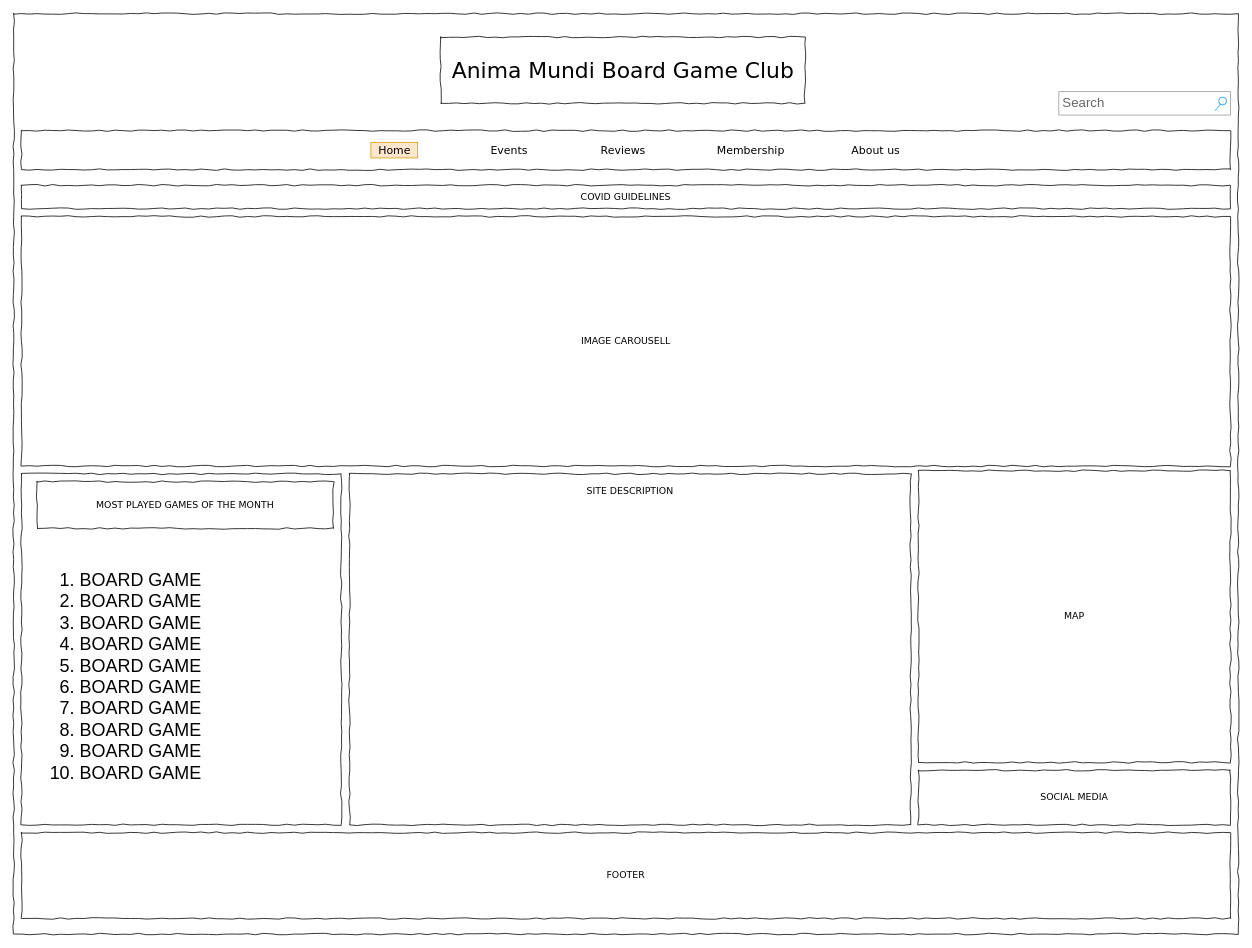
m-binda/webdesign-final keeps this draw.io diagram as page "Main" (1 of 7) of Wireframes/Wireframes.drawio. Above is the earlier version. Source tidied: cells renumbered, new cells numbered last; positions are measured from the earlier drawing's top-left corner, leaving out a move shared by most shapes. Both pictures are drawn from the tidied source at 78%, with x=0, y=0 at pixel (13, 13).
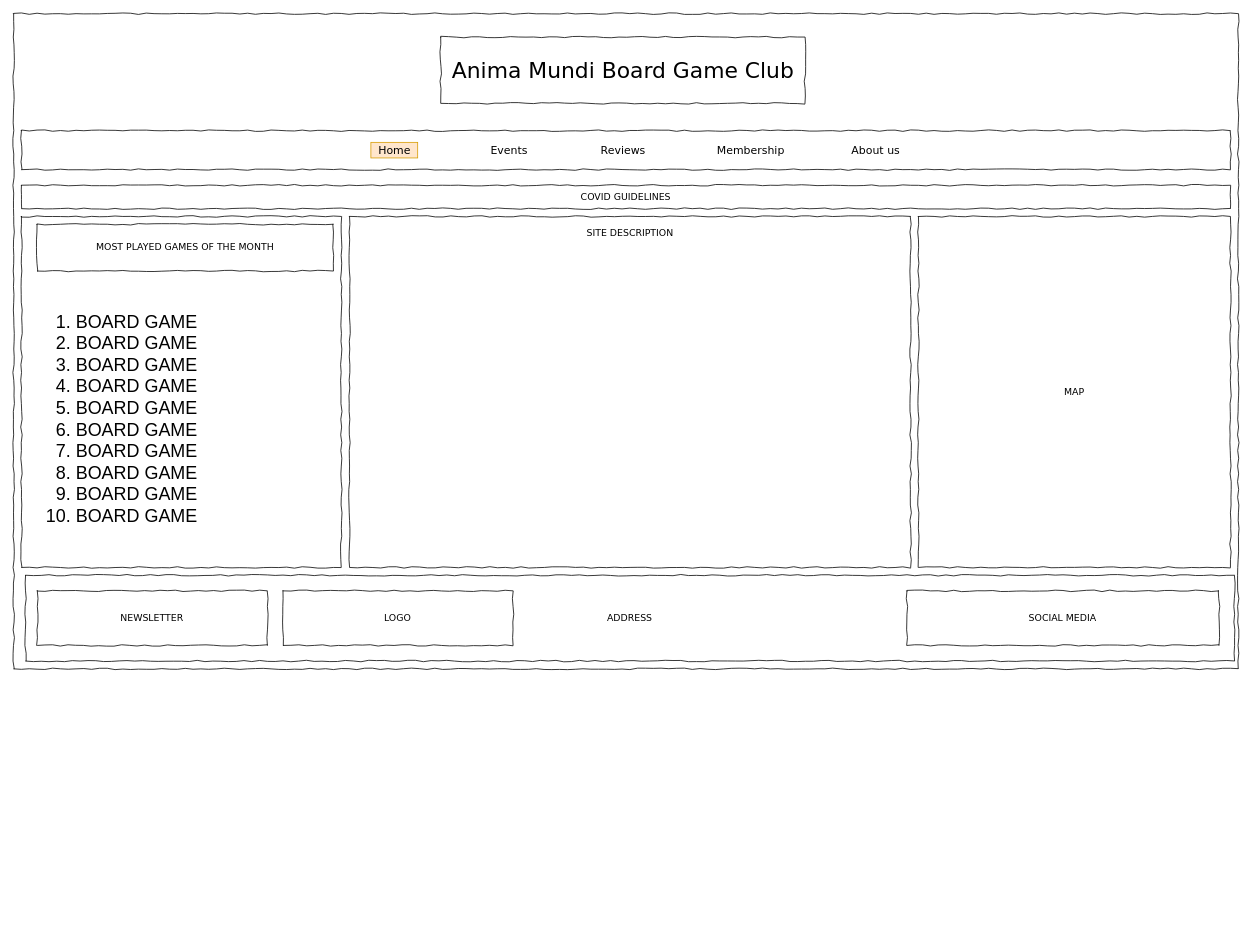
The same page after the edit.

Commit message (it also covers changes not shown here):
Added larger screens wireframes and adjusted logo

Adjusted logo position in the footer for smaller screens.

Diff of the diagram source:
```diff
@@
 <mxGraphModel>
   <root>
     <mxCell id="0" />
     <mxCell id="1" parent="0" />
     <mxCell id="2" style="whiteSpace=wrap;html=1;rounded=0;shadow=0;labelBackgroundColor=none;strokeColor=#000000;strokeWidth=1;fillColor=none;fontFamily=Verdana;fontSize=12;fontColor=#000000;align=center;comic=1;" parent="1" vertex="1">
-      <mxGeometry width="1570" height="1180" as="geometry" />
+      <mxGeometry width="1570" height="840" as="geometry" />
     </mxCell>
     <mxCell id="3" value="Anima Mundi Board Game Club" style="whiteSpace=wrap;html=1;rounded=0;shadow=0;labelBackgroundColor=none;strokeWidth=1;fontFamily=Verdana;fontSize=28;align=center;comic=1;" parent="1" vertex="1">
       <mxGeometry x="547.5" y="30" width="467" height="85" as="geometry" />
     </mxCell>
-    <mxCell id="4" value="Search" style="strokeWidth=1;shadow=0;dashed=0;align=center;html=1;shape=mxgraph.mockup.forms.searchBox;strokeColor=#999999;mainText=;strokeColor2=#008cff;fontColor=#666666;fontSize=17;align=left;spacingLeft=3;rounded=0;labelBackgroundColor=none;comic=1;" parent="1" vertex="1">
-      <mxGeometry x="1340" y="100" width="220" height="30" as="geometry" />
-    </mxCell>
     <mxCell id="5" style="whiteSpace=wrap;html=1;rounded=0;shadow=0;labelBackgroundColor=none;strokeWidth=1;fillColor=none;fontFamily=Verdana;fontSize=12;align=center;comic=1;" parent="1" vertex="1">
-      <mxGeometry x="10" y="590" width="410" height="450" as="geometry" />
+      <mxGeometry x="10" y="260" width="410" height="450" as="geometry" />
     </mxCell>
     <mxCell id="6" style="whiteSpace=wrap;html=1;rounded=0;shadow=0;labelBackgroundColor=none;strokeWidth=1;fillColor=none;fontFamily=Verdana;fontSize=12;align=center;comic=1;" parent="1" vertex="1">
       <mxGeometry x="10" y="150" width="1550" height="50" as="geometry" />
     </mxCell>
     <mxCell id="7" value="Home" style="text;html=1;align=center;verticalAlign=top;spacingTop=-4;fontSize=14;fontFamily=Verdana;fillColor=#ffe6cc;strokeColor=#d79b00;" parent="1" vertex="1">
       <mxGeometry x="458" y="165" width="60" height="20" as="geometry" />
     </mxCell>
     <mxCell id="8" value="Events" style="text;html=1;align=center;verticalAlign=top;spacingTop=-4;fontSize=14;fontFamily=Verdana;" parent="1" vertex="1">
       <mxGeometry x="605" y="165" width="60" height="20" as="geometry" />
     </mxCell>
     <mxCell id="9" value="Reviews" style="text;html=1;align=left;verticalAlign=top;spacingTop=-4;fontSize=14;fontFamily=Verdana;" parent="1" vertex="1">
       <mxGeometry x="751" y="165" width="60" height="20" as="geometry" />
     </mxCell>
     <mxCell id="10" value="&lt;div style=&quot;text-align: justify&quot;&gt;SITE DESCRIPTION&lt;/div&gt;" style="whiteSpace=wrap;html=1;rounded=0;shadow=0;labelBackgroundColor=none;strokeWidth=1;fillColor=none;fontFamily=Verdana;fontSize=12;align=center;verticalAlign=top;spacing=10;comic=1;" parent="1" vertex="1">
-      <mxGeometry x="430.6" y="590" width="719.4" height="450" as="geometry" />
+      <mxGeometry x="430.6" y="260" width="719.4" height="450" as="geometry" />
     </mxCell>
     <mxCell id="11" value="MAP" style="whiteSpace=wrap;html=1;rounded=0;shadow=0;labelBackgroundColor=none;strokeWidth=1;fillColor=none;fontFamily=Verdana;fontSize=12;align=center;comic=1;" parent="1" vertex="1">
-      <mxGeometry x="1160" y="586" width="400" height="374" as="geometry" />
+      <mxGeometry x="1160" y="260" width="400" height="450" as="geometry" />
     </mxCell>
-    <mxCell id="12" value="FOOTER" style="whiteSpace=wrap;html=1;rounded=0;shadow=0;labelBackgroundColor=none;strokeWidth=1;fillColor=none;fontFamily=Verdana;fontSize=12;align=center;comic=1;" parent="1" vertex="1">
-      <mxGeometry x="10" y="1050" width="1550" height="110" as="geometry" />
+    <mxCell id="12" value="ADDRESS" style="whiteSpace=wrap;html=1;rounded=0;shadow=0;labelBackgroundColor=none;strokeWidth=1;fillColor=none;fontFamily=Verdana;fontSize=12;align=center;comic=1;" parent="1" vertex="1">
+      <mxGeometry x="15.3" y="720" width="1550" height="110" as="geometry" />
     </mxCell>
     <mxCell id="13" value="COVID GUIDELINES" style="whiteSpace=wrap;html=1;rounded=0;shadow=0;labelBackgroundColor=none;strokeWidth=1;fillColor=none;fontFamily=Verdana;fontSize=12;align=center;comic=1;" parent="1" vertex="1">
       <mxGeometry x="10" y="220" width="1550" height="30" as="geometry" />
     </mxCell>
-    <mxCell id="14" value="IMAGE CAROUSELL" style="whiteSpace=wrap;html=1;rounded=0;shadow=0;labelBackgroundColor=none;strokeWidth=1;fillColor=none;fontFamily=Verdana;fontSize=12;align=center;comic=1;" parent="1" vertex="1">
-      <mxGeometry x="10" y="260" width="1550" height="320" as="geometry" />
-    </mxCell>
     <mxCell id="15" value="SOCIAL MEDIA" style="whiteSpace=wrap;html=1;rounded=0;shadow=0;labelBackgroundColor=none;strokeWidth=1;fillColor=none;fontFamily=Verdana;fontSize=12;align=center;comic=1;" parent="1" vertex="1">
-      <mxGeometry x="1160" y="970" width="400" height="70" as="geometry" />
+      <mxGeometry x="1145.3" y="740" width="400" height="70" as="geometry" />
     </mxCell>
     <mxCell id="16" value="MOST PLAYED GAMES OF THE MONTH" style="whiteSpace=wrap;html=1;rounded=0;shadow=0;labelBackgroundColor=none;strokeWidth=1;fillColor=none;fontFamily=Verdana;fontSize=12;align=center;comic=1;" parent="1" vertex="1">
-      <mxGeometry x="30" y="600" width="380" height="60" as="geometry" />
+      <mxGeometry x="30" y="270" width="380" height="60" as="geometry" />
     </mxCell>
     <mxCell id="17" value="&lt;ol style=&quot;font-size: 23px;&quot;&gt;&lt;li style=&quot;font-size: 23px;&quot;&gt;BOARD GAME&lt;/li&gt;&lt;li style=&quot;font-size: 23px;&quot;&gt;BOARD GAME&lt;/li&gt;&lt;li style=&quot;font-size: 23px;&quot;&gt;BOARD GAME&lt;/li&gt;&lt;li style=&quot;font-size: 23px;&quot;&gt;BOARD GAME&lt;/li&gt;&lt;li style=&quot;font-size: 23px;&quot;&gt;BOARD GAME&lt;/li&gt;&lt;li style=&quot;font-size: 23px;&quot;&gt;BOARD GAME&lt;/li&gt;&lt;li style=&quot;font-size: 23px;&quot;&gt;BOARD GAME&lt;/li&gt;&lt;li style=&quot;font-size: 23px;&quot;&gt;BOARD GAME&lt;/li&gt;&lt;li style=&quot;font-size: 23px;&quot;&gt;BOARD GAME&lt;/li&gt;&lt;li style=&quot;font-size: 23px;&quot;&gt;BOARD GAME&lt;/li&gt;&lt;/ol&gt;" style="text;strokeColor=none;fillColor=none;html=1;whiteSpace=wrap;verticalAlign=middle;overflow=hidden;fontSize=23;spacingTop=0;spacing=15;" parent="1" vertex="1">
-      <mxGeometry x="30" y="670" width="380" height="360" as="geometry" />
+      <mxGeometry x="25" y="340" width="380" height="360" as="geometry" />
     </mxCell>
     <mxCell id="18" value="About us" style="text;html=1;align=center;verticalAlign=top;spacingTop=-4;fontSize=14;fontFamily=Verdana;" parent="1" vertex="1">
       <mxGeometry x="1070" y="165" width="70" height="20" as="geometry" />
     </mxCell>
     <mxCell id="19" value="Membership" style="text;html=1;align=left;verticalAlign=top;spacingTop=-4;fontSize=14;fontFamily=Verdana;" parent="1" vertex="1">
       <mxGeometry x="900" y="165" width="83" height="20" as="geometry" />
     </mxCell>
+    <mxCell id="20" value="NEWSLETTER" style="whiteSpace=wrap;html=1;rounded=0;shadow=0;labelBackgroundColor=none;strokeWidth=1;fillColor=none;fontFamily=Verdana;fontSize=12;align=center;comic=1;" parent="1" vertex="1">
+      <mxGeometry x="30.3" y="740" width="295" height="70" as="geometry" />
+    </mxCell>
+    <mxCell id="21" value="LOGO" style="whiteSpace=wrap;html=1;rounded=0;shadow=0;labelBackgroundColor=none;strokeWidth=1;fillColor=none;fontFamily=Verdana;fontSize=12;align=center;comic=1;" parent="1" vertex="1">
+      <mxGeometry x="345.3" y="740" width="295" height="70" as="geometry" />
+    </mxCell>
   </root>
 </mxGraphModel>
```
